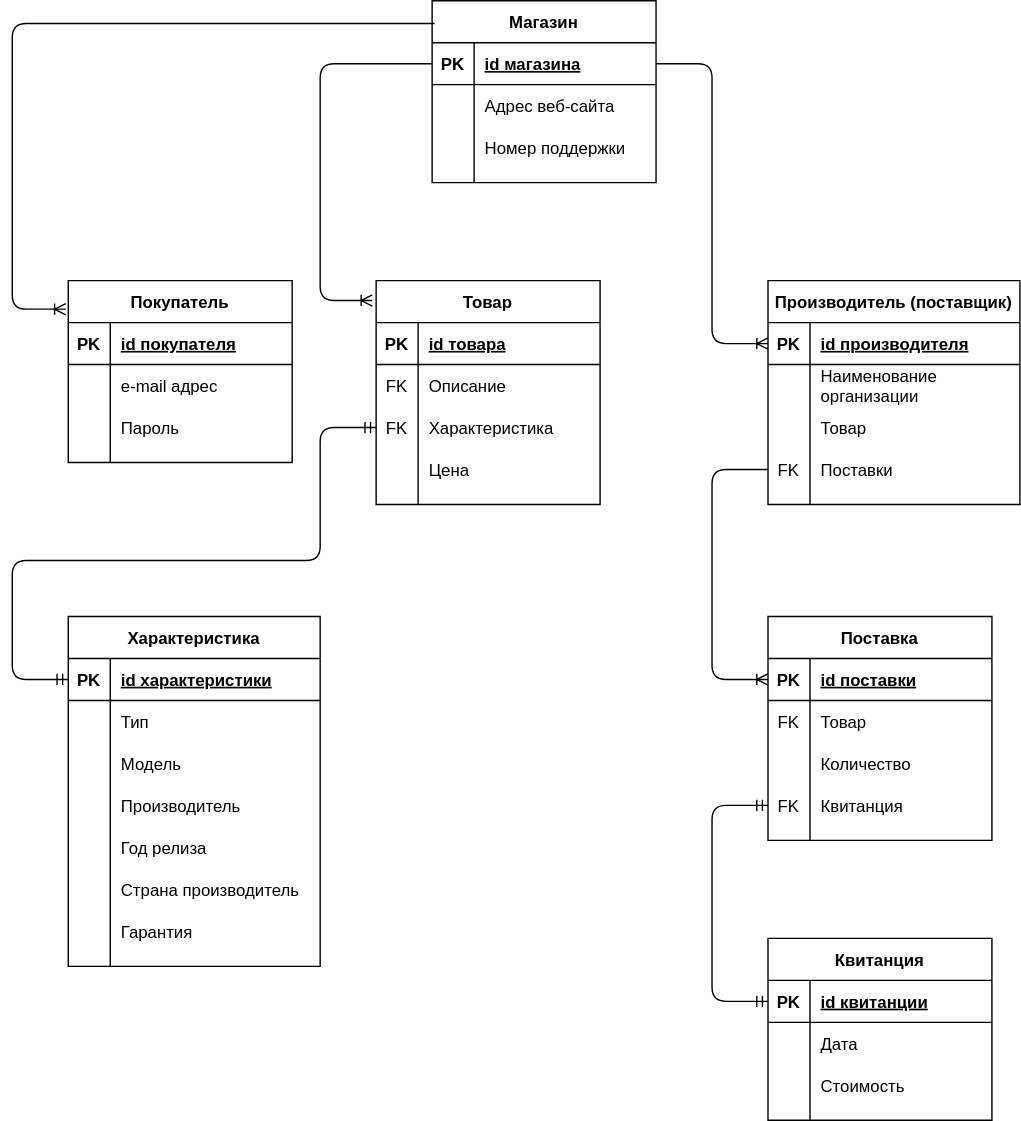
Above: LogicDiag.svg in paw-wow/DataBase (draw.io), before the change. Source tidied: cells renumbered, new cells last; positions are measured from the earlier drawing's top-left corner, leaving out a move shared by most shapes.
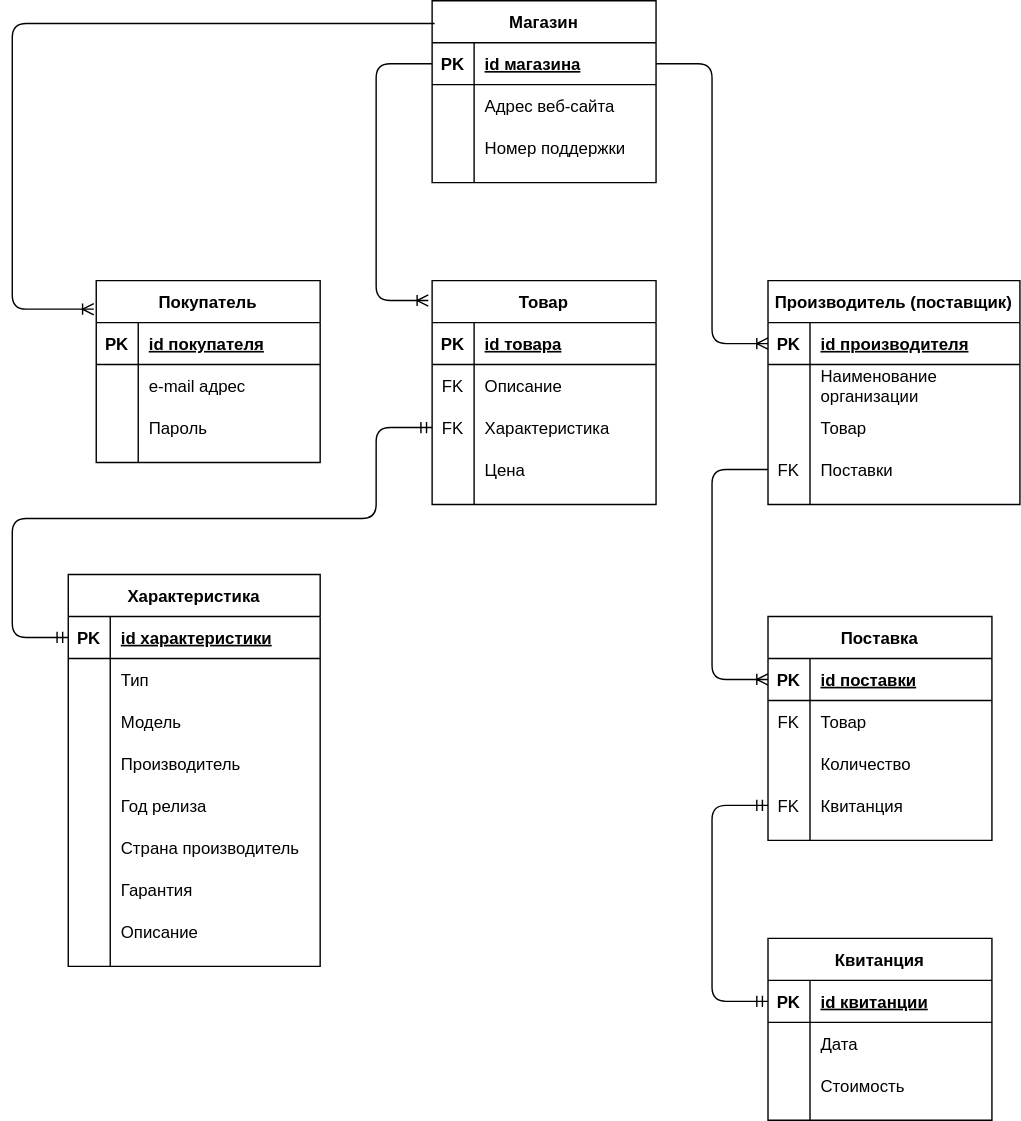
The same diagram one commit later.

The edit, as a diff of the source:
```diff
@@ -33,7 +33,7 @@
       <mxGeometry x="30" width="130" height="30" as="geometry" />
     </mxCell>
     <mxCell id="12" value="Покупатель" style="shape=table;startSize=30;rowLines=0;fontStyle=1;align=center;" parent="1" vertex="1">
-      <mxGeometry x="40" y="200" width="160" height="130" as="geometry" />
+      <mxGeometry x="60" y="200" width="160" height="130" as="geometry" />
     </mxCell>
     <mxCell id="13" style="shape=partialRectangle;fillColor=none;top=0;left=0;bottom=1;right=0;" parent="12" vertex="1">
       <mxGeometry y="30" width="160" height="30" as="geometry" />
@@ -132,7 +132,7 @@
       <mxGeometry x="30" width="130" height="30" as="geometry" />
     </mxCell>
     <mxCell id="45" value="Товар" style="shape=table;startSize=30;rowLines=0;fontStyle=1;align=center;" parent="1" vertex="1">
-      <mxGeometry x="260" y="200" width="160" height="160" as="geometry" />
+      <mxGeometry x="300" y="200" width="160" height="160" as="geometry" />
     </mxCell>
     <mxCell id="46" style="shape=partialRectangle;fillColor=none;top=0;left=0;bottom=1;right=0;" parent="45" vertex="1">
       <mxGeometry y="30" width="160" height="30" as="geometry" />
@@ -171,7 +171,7 @@
       <mxGeometry x="30" width="130" height="30" as="geometry" />
     </mxCell>
     <mxCell id="58" value="Характеристика" style="shape=table;startSize=30;rowLines=0;fontStyle=1;align=center;" parent="1" vertex="1">
-      <mxGeometry x="40" y="440" width="180" height="250" as="geometry" />
+      <mxGeometry x="40" y="410" width="180" height="280" as="geometry" />
     </mxCell>
     <mxCell id="59" style="shape=partialRectangle;fillColor=none;top=0;left=0;bottom=1;right=0;points=[[0,0.5],[1,0.5]];portConstraint=eastwest;" parent="58" vertex="1">
       <mxGeometry y="30" width="180" height="30" as="geometry" />
@@ -236,6 +236,15 @@
     <mxCell id="79" value="Гарантия" style="shape=partialRectangle;fillColor=none;top=0;left=0;bottom=0;right=0;align=left;spacingLeft=6;overflow=hidden;" parent="77" vertex="1">
       <mxGeometry x="30" width="150" height="30" as="geometry" />
     </mxCell>
+    <mxCell id="99" style="shape=partialRectangle;fillColor=none;top=0;left=0;bottom=0;right=0;" parent="58" vertex="1">
+      <mxGeometry y="240" width="180" height="30" as="geometry" />
+    </mxCell>
+    <mxCell id="100" style="shape=partialRectangle;fillColor=none;top=0;left=0;bottom=0;right=0;overflow=hidden;" parent="99" vertex="1">
+      <mxGeometry width="30" height="30" as="geometry" />
+    </mxCell>
+    <mxCell id="101" value="Описание" style="shape=partialRectangle;fillColor=none;top=0;left=0;bottom=0;right=0;align=left;spacingLeft=6;overflow=hidden;" parent="99" vertex="1">
+      <mxGeometry x="30" width="150" height="30" as="geometry" />
+    </mxCell>
     <mxCell id="80" style="edgeStyle=orthogonalEdgeStyle;fontSize=12;html=1;endArrow=ERoneToMany;exitX=0.011;exitY=0.125;exitDx=0;exitDy=0;exitPerimeter=0;entryX=-0.011;entryY=0.157;entryDx=0;entryDy=0;entryPerimeter=0;" parent="1" edge="1" source="2" target="12">
       <mxGeometry relative="1" as="geometry">
         <Array as="points">
@@ -247,18 +256,18 @@
     <mxCell id="81" style="edgeStyle=orthogonalEdgeStyle;fontSize=12;html=1;endArrow=ERoneToMany;exitX=0;exitY=0.5;exitDx=0;exitDy=0;entryX=-0.017;entryY=0.089;entryDx=0;entryDy=0;entryPerimeter=0;" parent="1" edge="1" source="3" target="45">
       <mxGeometry relative="1" as="geometry">
         <Array as="points">
-          <mxPoint x="220" y="45" />
-          <mxPoint x="220" y="214" />
+          <mxPoint x="260" y="45" />
+          <mxPoint x="260" y="214" />
         </Array>
       </mxGeometry>
     </mxCell>
     <mxCell id="82" style="edgeStyle=orthogonalEdgeStyle;fontSize=12;html=1;endArrow=ERmandOne;startArrow=ERmandOne;exitX=0;exitY=0.5;exitDx=0;exitDy=0;entryX=0;entryY=0.5;entryDx=0;entryDy=0;" parent="1" edge="1" source="52" target="59">
       <mxGeometry relative="1" as="geometry">
         <Array as="points">
-          <mxPoint x="220" y="305" />
-          <mxPoint x="220" y="400" />
-          <mxPoint y="400" />
-          <mxPoint y="485" />
+          <mxPoint x="260" y="305" />
+          <mxPoint x="260" y="370" />
+          <mxPoint y="370" />
+          <mxPoint y="455" />
         </Array>
       </mxGeometry>
     </mxCell>
```
